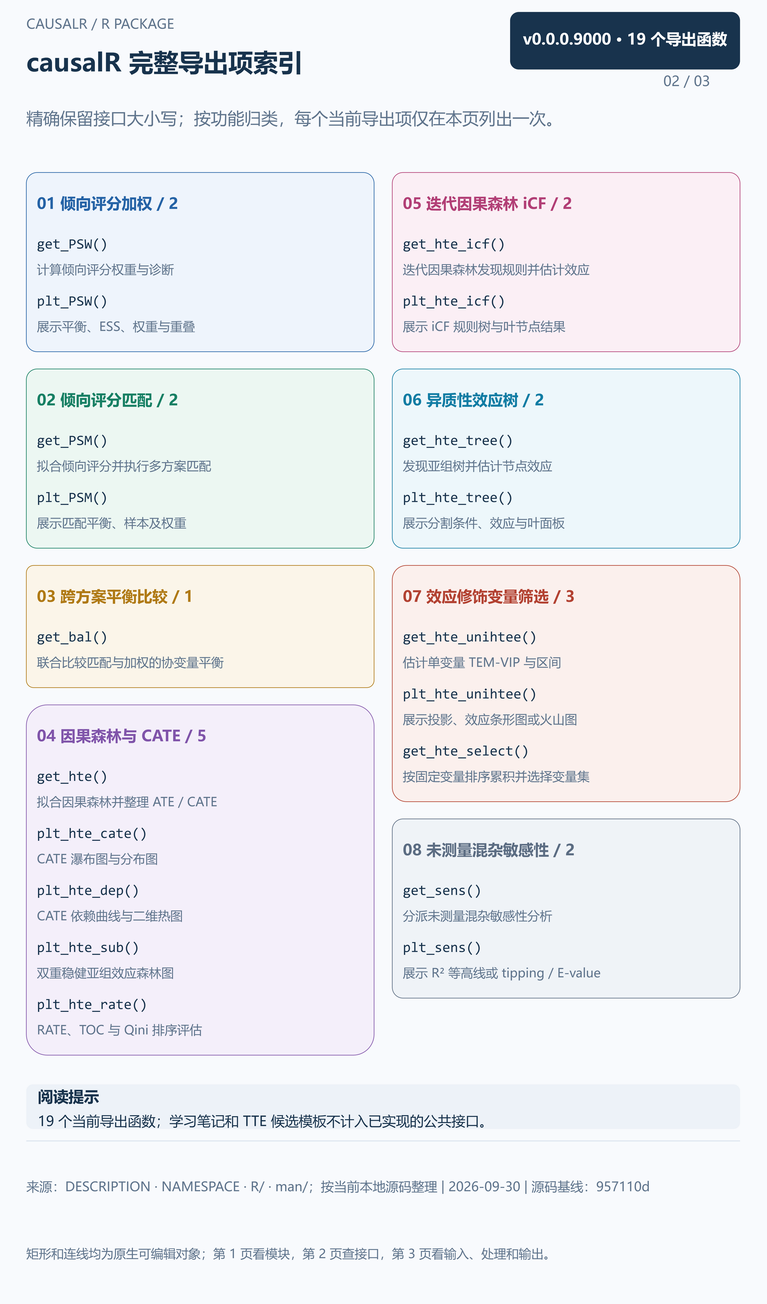
The draw.io diagram assets/module-maps/causalr/causalr-package-mindmap-p2.drawio.png in HUI950319/Rnotes, before a commit. Source tidied: cells renumbered, new cells last; positions are measured from the earlier drawing's top-left corner, leaving out a move shared by most shapes.
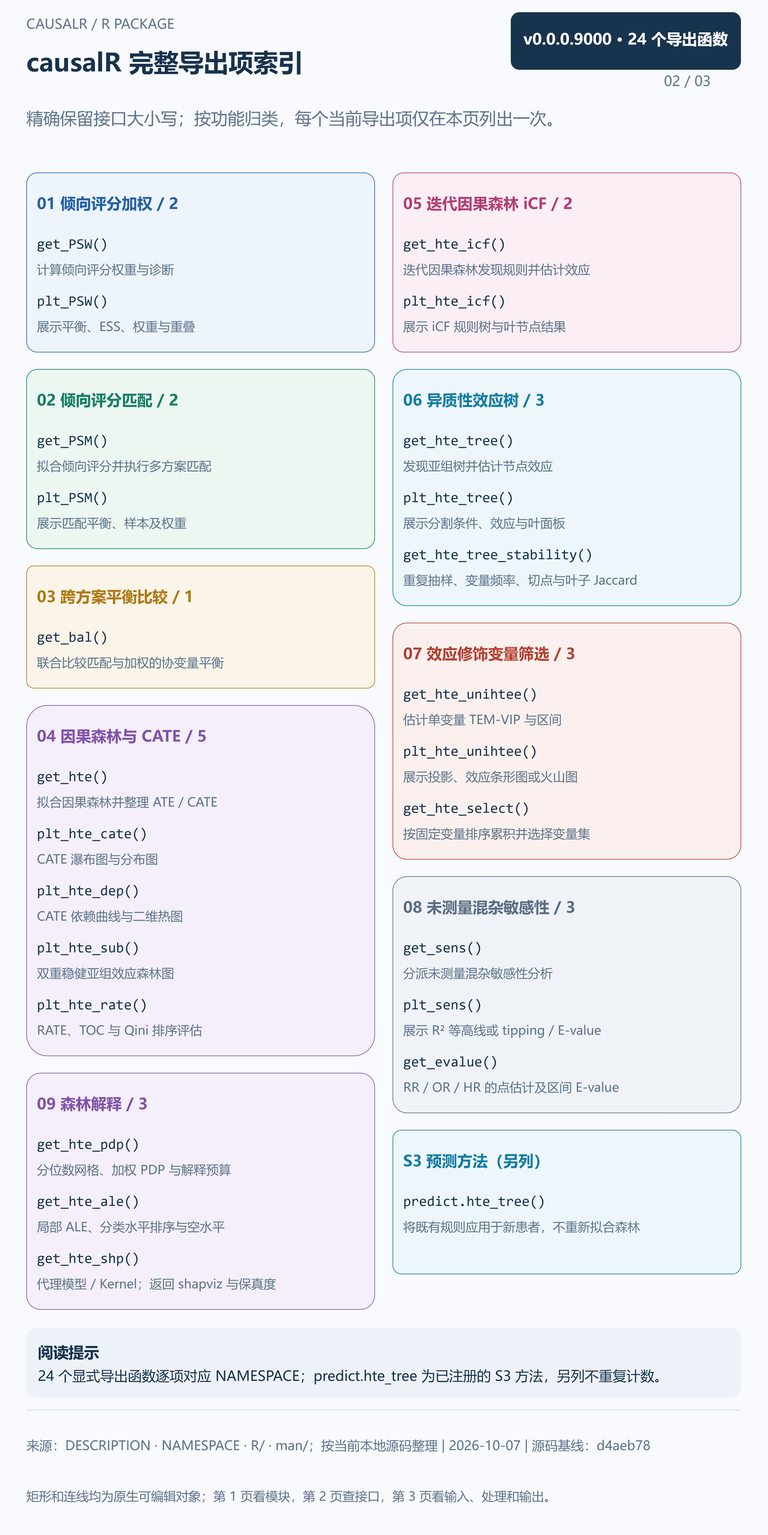
The same file after the commit.

Change to the diagram source:
```diff
@@ -3,7 +3,7 @@
     <mxCell id="0" />
     <mxCell id="1" parent="0" />
     <mxCell id="2" style="whiteSpace=wrap;html=1;fontFamily=Microsoft YaHei;overflow=hidden;fillColor=#F8FAFD;strokeColor=none;" parent="1" vertex="1">
-      <mxGeometry width="1600" height="2720" as="geometry" />
+      <mxGeometry width="1600" height="3200" as="geometry" />
     </mxCell>
     <mxCell id="3" value="CAUSALR / R PACKAGE" style="whiteSpace=wrap;html=1;fontFamily=Microsoft YaHei;overflow=hidden;text;fillColor=none;strokeColor=none;align=left;verticalAlign=middle;fontSize=28;fontColor=#60758D;fontStyle=0;spacing=0;" parent="1" vertex="1">
       <mxGeometry x="55" y="25" width="1490" height="48" as="geometry" />
@@ -14,20 +14,20 @@
     <mxCell id="5" value="精确保留接口大小写；按功能归类，每个当前导出项仅在本页列出一次。" style="whiteSpace=wrap;html=1;fontFamily=Microsoft YaHei;overflow=hidden;text;fillColor=none;strokeColor=none;align=left;verticalAlign=middle;fontSize=35;fontColor=#60758D;fontStyle=0;spacing=0;" parent="1" vertex="1">
       <mxGeometry x="55" y="190" width="1490" height="110" as="geometry" />
     </mxCell>
-    <mxCell id="6" value="&lt;div style=&quot;overflow-wrap:anywhere;font-family:Microsoft YaHei,Arial;line-height:1.35;color:#FFFFFF&quot;&gt;&lt;div style=&quot;font-size:32px;font-weight:700;margin-bottom:10px&quot;&gt;v0.0.0.9000 · 19 个导出函数&lt;/div&gt;&lt;/div&gt;" style="whiteSpace=wrap;html=1;fontFamily=Microsoft YaHei;overflow=hidden;rounded=1;arcSize=15;fillColor=#18334D;strokeColor=none;fontColor=#FFFFFF;align=center;" parent="1" vertex="1">
+    <mxCell id="6" value="&lt;div style=&quot;overflow-wrap:anywhere;font-family:Microsoft YaHei,Arial;line-height:1.35;color:#FFFFFF&quot;&gt;&lt;div style=&quot;font-size:32px;font-weight:700;margin-bottom:10px&quot;&gt;v0.0.0.9000 · 24 个导出函数&lt;/div&gt;&lt;/div&gt;" style="whiteSpace=wrap;html=1;fontFamily=Microsoft YaHei;overflow=hidden;rounded=1;arcSize=15;fillColor=#18334D;strokeColor=none;fontColor=#FFFFFF;align=center;" parent="1" vertex="1">
       <mxGeometry x="1065" y="25" width="480" height="120" as="geometry" />
     </mxCell>
     <mxCell id="7" value="02 / 03" style="whiteSpace=wrap;html=1;fontFamily=Microsoft YaHei;overflow=hidden;text;fillColor=none;strokeColor=none;align=left;verticalAlign=middle;fontSize=29;fontColor=#60758D;fontStyle=0;spacing=0;" parent="1" vertex="1">
       <mxGeometry x="1385" y="145" width="160" height="46" as="geometry" />
     </mxCell>
     <mxCell id="8" style="whiteSpace=wrap;html=1;fontFamily=Microsoft YaHei;overflow=hidden;fillColor=#DCE5EF;strokeColor=none;" parent="1" vertex="1">
-      <mxGeometry x="55" y="2380" width="1490" height="2" as="geometry" />
+      <mxGeometry x="55" y="2940" width="1490" height="2" as="geometry" />
     </mxCell>
-    <mxCell id="9" value="来源：DESCRIPTION · NAMESPACE · R/ · man/；按当前本地源码整理 | 2026-09-30 | 源码基线：957110d" style="whiteSpace=wrap;html=1;fontFamily=Microsoft YaHei;overflow=hidden;text;fillColor=none;strokeColor=none;align=left;verticalAlign=middle;fontSize=27;fontColor=#60758D;fontStyle=0;spacing=0;" parent="1" vertex="1">
-      <mxGeometry x="55" y="2406" width="1490" height="138" as="geometry" />
+    <mxCell id="9" value="来源：DESCRIPTION · NAMESPACE · R/ · man/；按当前本地源码整理 | 2026-10-07 | 源码基线：d4aeb78" style="whiteSpace=wrap;html=1;fontFamily=Microsoft YaHei;overflow=hidden;text;fillColor=none;strokeColor=none;align=left;verticalAlign=middle;fontSize=27;fontColor=#60758D;fontStyle=0;spacing=0;" parent="1" vertex="1">
+      <mxGeometry x="55" y="2966" width="1490" height="95" as="geometry" />
     </mxCell>
     <mxCell id="10" value="矩形和连线均为原生可编辑对象；第 1 页看模块，第 2 页查接口，第 3 页看输入、处理和输出。" style="whiteSpace=wrap;html=1;fontFamily=Microsoft YaHei;overflow=hidden;text;fillColor=none;strokeColor=none;align=left;verticalAlign=middle;fontSize=26;fontColor=#60758D;fontStyle=0;spacing=0;" parent="1" vertex="1">
-      <mxGeometry x="55" y="2568" width="1490" height="93" as="geometry" />
+      <mxGeometry x="55" y="3085" width="1490" height="70" as="geometry" />
     </mxCell>
     <mxCell id="11" style="whiteSpace=wrap;html=1;fontFamily=Microsoft YaHei;overflow=hidden;rounded=1;arcSize=6;fillColor=#EEF4FC;strokeColor=#2563A6;strokeWidth=1.3;" parent="1" vertex="1">
       <mxGeometry x="55" y="360" width="726" height="374" as="geometry" />
@@ -132,9 +132,9 @@
       <mxGeometry x="22" y="297" width="682" height="45" as="geometry" />
     </mxCell>
     <mxCell id="45" style="whiteSpace=wrap;html=1;fontFamily=Microsoft YaHei;overflow=hidden;rounded=1;arcSize=6;fillColor=#EDF7FB;strokeColor=#117DA4;strokeWidth=1.3;" parent="1" vertex="1">
-      <mxGeometry x="819" y="770" width="726" height="374" as="geometry" />
+      <mxGeometry x="819" y="770" width="726" height="493" as="geometry" />
     </mxCell>
-    <mxCell id="46" value="&lt;div style=&quot;line-height:1.3;overflow-wrap:anywhere&quot;&gt;06 异质性效应树 / 2&lt;/div&gt;" style="whiteSpace=wrap;html=1;fontFamily=Microsoft YaHei;overflow=hidden;text;fillColor=none;strokeColor=none;align=left;verticalAlign=middle;fontColor=#117DA4;fontStyle=1;spacing=0;fontSize=32;" parent="45" vertex="1">
+    <mxCell id="46" value="&lt;div style=&quot;line-height:1.3;overflow-wrap:anywhere&quot;&gt;06 异质性效应树 / 3&lt;/div&gt;" style="whiteSpace=wrap;html=1;fontFamily=Microsoft YaHei;overflow=hidden;text;fillColor=none;strokeColor=none;align=left;verticalAlign=middle;fontColor=#117DA4;fontStyle=1;spacing=0;fontSize=32;" parent="45" vertex="1">
       <mxGeometry x="22" y="22" width="682" height="82" as="geometry" />
     </mxCell>
     <mxCell id="47" value="&lt;div style=&quot;line-height:1.3;overflow-wrap:anywhere&quot;&gt;get_hte_tree()&lt;/div&gt;" style="whiteSpace=wrap;html=1;fontFamily=Microsoft YaHei;overflow=hidden;text;fillColor=none;strokeColor=none;align=left;fontFamily=Consolas;fontColor=#18334D;spacing=0;fontSize=30;" parent="45" vertex="1">
@@ -150,7 +150,7 @@
       <mxGeometry x="22" y="297" width="682" height="45" as="geometry" />
     </mxCell>
     <mxCell id="51" style="whiteSpace=wrap;html=1;fontFamily=Microsoft YaHei;overflow=hidden;rounded=1;arcSize=6;fillColor=#FBF0ED;strokeColor=#B34232;strokeWidth=1.3;" parent="1" vertex="1">
-      <mxGeometry x="819" y="1180" width="726" height="493" as="geometry" />
+      <mxGeometry x="819" y="1299" width="726" height="493" as="geometry" />
     </mxCell>
     <mxCell id="52" value="&lt;div style=&quot;line-height:1.3;overflow-wrap:anywhere&quot;&gt;07 效应修饰变量筛选 / 3&lt;/div&gt;" style="whiteSpace=wrap;html=1;fontFamily=Microsoft YaHei;overflow=hidden;text;fillColor=none;strokeColor=none;align=left;verticalAlign=middle;fontColor=#B34232;fontStyle=1;spacing=0;fontSize=32;" parent="51" vertex="1">
       <mxGeometry x="22" y="22" width="682" height="82" as="geometry" />
@@ -174,9 +174,9 @@
       <mxGeometry x="22" y="416" width="682" height="45" as="geometry" />
     </mxCell>
     <mxCell id="59" style="whiteSpace=wrap;html=1;fontFamily=Microsoft YaHei;overflow=hidden;rounded=1;arcSize=6;fillColor=#EFF3F7;strokeColor=#5C6D83;strokeWidth=1.3;" parent="1" vertex="1">
-      <mxGeometry x="819" y="1709" width="726" height="374" as="geometry" />
+      <mxGeometry x="819" y="1828" width="726" height="493" as="geometry" />
     </mxCell>
-    <mxCell id="60" value="&lt;div style=&quot;line-height:1.3;overflow-wrap:anywhere&quot;&gt;08 未测量混杂敏感性 / 2&lt;/div&gt;" style="whiteSpace=wrap;html=1;fontFamily=Microsoft YaHei;overflow=hidden;text;fillColor=none;strokeColor=none;align=left;verticalAlign=middle;fontColor=#5C6D83;fontStyle=1;spacing=0;fontSize=32;" parent="59" vertex="1">
+    <mxCell id="60" value="&lt;div style=&quot;line-height:1.3;overflow-wrap:anywhere&quot;&gt;08 未测量混杂敏感性 / 3&lt;/div&gt;" style="whiteSpace=wrap;html=1;fontFamily=Microsoft YaHei;overflow=hidden;text;fillColor=none;strokeColor=none;align=left;verticalAlign=middle;fontColor=#5C6D83;fontStyle=1;spacing=0;fontSize=32;" parent="59" vertex="1">
       <mxGeometry x="22" y="22" width="682" height="82" as="geometry" />
     </mxCell>
     <mxCell id="61" value="&lt;div style=&quot;line-height:1.3;overflow-wrap:anywhere&quot;&gt;get_sens()&lt;/div&gt;" style="whiteSpace=wrap;html=1;fontFamily=Microsoft YaHei;overflow=hidden;text;fillColor=none;strokeColor=none;align=left;fontFamily=Consolas;fontColor=#18334D;spacing=0;fontSize=30;" parent="59" vertex="1">
@@ -191,8 +191,56 @@
     <mxCell id="64" value="&lt;div style=&quot;line-height:1.3;overflow-wrap:anywhere&quot;&gt;展示 R² 等高线或 tipping / E-value&lt;/div&gt;" style="whiteSpace=wrap;html=1;fontFamily=Microsoft YaHei;overflow=hidden;text;fillColor=none;strokeColor=none;align=left;verticalAlign=middle;fontColor=#60758D;fontStyle=0;spacing=0;fontSize=26;" parent="59" vertex="1">
       <mxGeometry x="22" y="297" width="682" height="45" as="geometry" />
     </mxCell>
-    <mxCell id="65" value="&lt;div style=&quot;overflow-wrap:anywhere;font-family:Microsoft YaHei,Arial;line-height:1.35;color:#18334D&quot;&gt;&lt;div style=&quot;font-size:32px;font-weight:700;margin-bottom:10px&quot;&gt;阅读提示&lt;/div&gt;&lt;div style=&quot;font-family:Microsoft YaHei,Arial;font-size:29px;margin-top:5px&quot;&gt;19 个当前导出函数；学习笔记和 TTE 候选模板不计入已实现的公共接口。&lt;/div&gt;&lt;/div&gt;" style="whiteSpace=wrap;html=1;fontFamily=Microsoft YaHei;overflow=hidden;rounded=1;fillColor=#EDF2F8;strokeColor=none;align=left;spacingLeft=22;spacingRight=20;" parent="1" vertex="1">
-      <mxGeometry x="55" y="2263" width="1490" height="93" as="geometry" />
+    <mxCell id="65" value="&lt;div style=&quot;overflow-wrap:anywhere;font-family:Microsoft YaHei,Arial;line-height:1.3;color:#18334D&quot;&gt;&lt;div style=&quot;font-size:32px;font-weight:700;margin-bottom:10px&quot;&gt;阅读提示&lt;/div&gt;&lt;div style=&quot;font-size:29px;margin-top:5px&quot;&gt;24 个显式导出函数逐项对应 NAMESPACE；predict.hte_tree 为已注册的 S3 方法，另列不重复计数。&lt;/div&gt;&lt;/div&gt;" style="whiteSpace=wrap;html=1;fontFamily=Microsoft YaHei;overflow=hidden;rounded=1;fillColor=#EDF2F8;strokeColor=none;align=left;spacingLeft=22;spacingRight=20;" parent="1" vertex="1">
+      <mxGeometry x="55" y="2770" width="1490" height="145" as="geometry" />
     </mxCell>
+    <mxCell id="66" value="&lt;div style=&quot;line-height:1.3;overflow-wrap:anywhere&quot;&gt;get_hte_tree_stability()&lt;/div&gt;" style="whiteSpace=wrap;html=1;fontFamily=Microsoft YaHei;overflow=hidden;text;fillColor=none;strokeColor=none;align=left;fontFamily=Consolas;fontColor=#18334D;spacing=0;fontSize=30;" parent="45" vertex="1">
+      <mxGeometry x="22" y="362" width="682" height="50" as="geometry" />
+    </mxCell>
+    <mxCell id="67" value="&lt;div style=&quot;line-height:1.3;overflow-wrap:anywhere&quot;&gt;重复抽样、变量频率、切点与叶子 Jaccard&lt;/div&gt;" style="whiteSpace=wrap;html=1;fontFamily=Microsoft YaHei;overflow=hidden;text;fillColor=none;strokeColor=none;align=left;verticalAlign=middle;fontColor=#60758D;fontStyle=0;spacing=0;fontSize=26;" parent="45" vertex="1">
+      <mxGeometry x="22" y="416" width="682" height="45" as="geometry" />
+    </mxCell>
+    <mxCell id="68" value="&lt;div style=&quot;line-height:1.3;overflow-wrap:anywhere&quot;&gt;get_evalue()&lt;/div&gt;" style="whiteSpace=wrap;html=1;fontFamily=Microsoft YaHei;overflow=hidden;text;fillColor=none;strokeColor=none;align=left;fontFamily=Consolas;fontColor=#18334D;spacing=0;fontSize=30;" parent="59" vertex="1">
+      <mxGeometry x="22" y="362" width="682" height="50" as="geometry" />
+    </mxCell>
+    <mxCell id="69" value="&lt;div style=&quot;line-height:1.3;overflow-wrap:anywhere&quot;&gt;RR / OR / HR 的点估计及区间 E-value&lt;/div&gt;" style="whiteSpace=wrap;html=1;fontFamily=Microsoft YaHei;overflow=hidden;text;fillColor=none;strokeColor=none;align=left;verticalAlign=middle;fontColor=#60758D;fontStyle=0;spacing=0;fontSize=26;" parent="59" vertex="1">
+      <mxGeometry x="22" y="416" width="682" height="45" as="geometry" />
+    </mxCell>
+    <mxCell id="70" style="whiteSpace=wrap;html=1;fontFamily=Microsoft YaHei;overflow=hidden;rounded=1;arcSize=6;fillColor=#F4EFFA;strokeColor=#8054AA;strokeWidth=1.3;" parent="1" vertex="1">
+      <mxGeometry x="55" y="2238" width="726" height="493" as="geometry" />
+    </mxCell>
+    <mxCell id="71" value="&lt;div style=&quot;line-height:1.3;overflow-wrap:anywhere&quot;&gt;09 森林解释 / 3&lt;/div&gt;" style="whiteSpace=wrap;html=1;fontFamily=Microsoft YaHei;overflow=hidden;text;fillColor=none;strokeColor=none;align=left;verticalAlign=middle;fontColor=#8054AA;fontStyle=1;spacing=0;fontSize=32;" parent="70" vertex="1">
+      <mxGeometry x="22" y="22" width="682" height="82" as="geometry" />
+    </mxCell>
+    <mxCell id="72" value="&lt;div style=&quot;line-height:1.3;overflow-wrap:anywhere&quot;&gt;get_hte_pdp()&lt;/div&gt;" style="whiteSpace=wrap;html=1;fontFamily=Microsoft YaHei;overflow=hidden;text;fillColor=none;strokeColor=none;align=left;fontFamily=Consolas;fontColor=#18334D;spacing=0;fontSize=30;" parent="70" vertex="1">
+      <mxGeometry x="22" y="124" width="682" height="50" as="geometry" />
+    </mxCell>
+    <mxCell id="73" value="&lt;div style=&quot;line-height:1.3;overflow-wrap:anywhere&quot;&gt;分位数网格、加权 PDP 与解释预算&lt;/div&gt;" style="whiteSpace=wrap;html=1;fontFamily=Microsoft YaHei;overflow=hidden;text;fillColor=none;strokeColor=none;align=left;verticalAlign=middle;fontColor=#60758D;fontStyle=0;spacing=0;fontSize=26;" parent="70" vertex="1">
+      <mxGeometry x="22" y="178" width="682" height="45" as="geometry" />
+    </mxCell>
+    <mxCell id="74" value="&lt;div style=&quot;line-height:1.3;overflow-wrap:anywhere&quot;&gt;get_hte_ale()&lt;/div&gt;" style="whiteSpace=wrap;html=1;fontFamily=Microsoft YaHei;overflow=hidden;text;fillColor=none;strokeColor=none;align=left;fontFamily=Consolas;fontColor=#18334D;spacing=0;fontSize=30;" parent="70" vertex="1">
+      <mxGeometry x="22" y="243" width="682" height="50" as="geometry" />
+    </mxCell>
+    <mxCell id="75" value="&lt;div style=&quot;line-height:1.3;overflow-wrap:anywhere&quot;&gt;局部 ALE、分类水平排序与空水平&lt;/div&gt;" style="whiteSpace=wrap;html=1;fontFamily=Microsoft YaHei;overflow=hidden;text;fillColor=none;strokeColor=none;align=left;verticalAlign=middle;fontColor=#60758D;fontStyle=0;spacing=0;fontSize=26;" parent="70" vertex="1">
+      <mxGeometry x="22" y="297" width="682" height="45" as="geometry" />
+    </mxCell>
+    <mxCell id="76" value="&lt;div style=&quot;line-height:1.3;overflow-wrap:anywhere&quot;&gt;get_hte_shp()&lt;/div&gt;" style="whiteSpace=wrap;html=1;fontFamily=Microsoft YaHei;overflow=hidden;text;fillColor=none;strokeColor=none;align=left;fontFamily=Consolas;fontColor=#18334D;spacing=0;fontSize=30;" parent="70" vertex="1">
+      <mxGeometry x="22" y="362" width="682" height="50" as="geometry" />
+    </mxCell>
+    <mxCell id="77" value="&lt;div style=&quot;line-height:1.3;overflow-wrap:anywhere&quot;&gt;代理模型 / Kernel；返回 shapviz 与保真度&lt;/div&gt;" style="whiteSpace=wrap;html=1;fontFamily=Microsoft YaHei;overflow=hidden;text;fillColor=none;strokeColor=none;align=left;verticalAlign=middle;fontColor=#60758D;fontStyle=0;spacing=0;fontSize=26;" parent="70" vertex="1">
+      <mxGeometry x="22" y="416" width="682" height="45" as="geometry" />
+    </mxCell>
+    <mxCell id="78" style="whiteSpace=wrap;html=1;fontFamily=Microsoft YaHei;overflow=hidden;rounded=1;arcSize=6;fillColor=#EDF7FB;strokeColor=#117DA4;strokeWidth=1.3;" parent="1" vertex="1">
+      <mxGeometry x="819" y="2357" width="726" height="300" as="geometry" />
+    </mxCell>
+    <mxCell id="79" value="&lt;div style=&quot;line-height:1.3;overflow-wrap:anywhere&quot;&gt;S3 预测方法（另列）&lt;/div&gt;" style="whiteSpace=wrap;html=1;fontFamily=Microsoft YaHei;overflow=hidden;text;fillColor=none;strokeColor=none;align=left;verticalAlign=middle;fontColor=#117DA4;fontStyle=1;spacing=0;fontSize=32;" parent="78" vertex="1">
+      <mxGeometry x="22" y="22" width="682" height="82" as="geometry" />
+    </mxCell>
+    <mxCell id="80" value="&lt;div style=&quot;line-height:1.3;overflow-wrap:anywhere&quot;&gt;predict.hte_tree()&lt;/div&gt;" style="whiteSpace=wrap;html=1;fontFamily=Microsoft YaHei;overflow=hidden;text;fillColor=none;strokeColor=none;align=left;fontFamily=Consolas;fontColor=#18334D;spacing=0;fontSize=30;" parent="78" vertex="1">
+      <mxGeometry x="22" y="124" width="682" height="50" as="geometry" />
+    </mxCell>
+    <mxCell id="81" value="&lt;div style=&quot;line-height:1.3;overflow-wrap:anywhere&quot;&gt;将既有规则应用于新患者，不重新拟合森林&lt;/div&gt;" style="whiteSpace=wrap;html=1;fontFamily=Microsoft YaHei;overflow=hidden;text;fillColor=none;strokeColor=none;align=left;verticalAlign=middle;fontColor=#60758D;fontStyle=0;spacing=0;fontSize=26;" parent="78" vertex="1">
+      <mxGeometry x="22" y="178" width="682" height="45" as="geometry" />
+    </mxCell>
   </root>
 </mxGraphModel>
```
